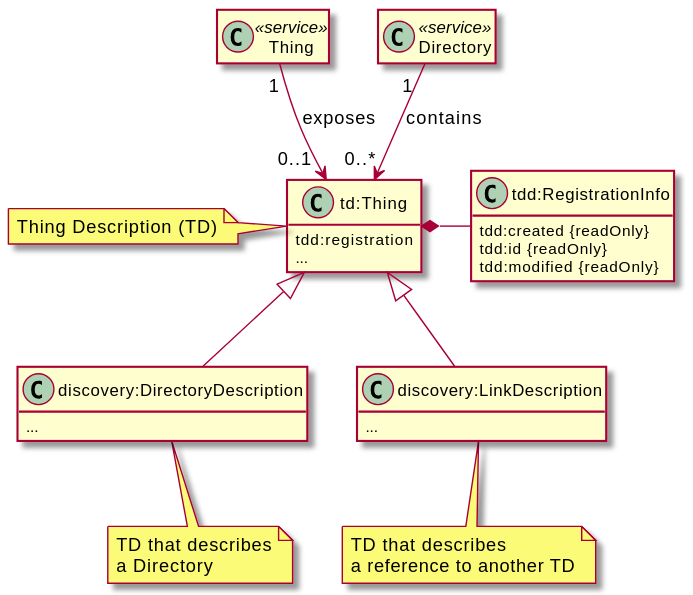
This is images/exploration-class-diagram.svg from w3c/wot-discovery, a PlantUML export, as it was before one commit.
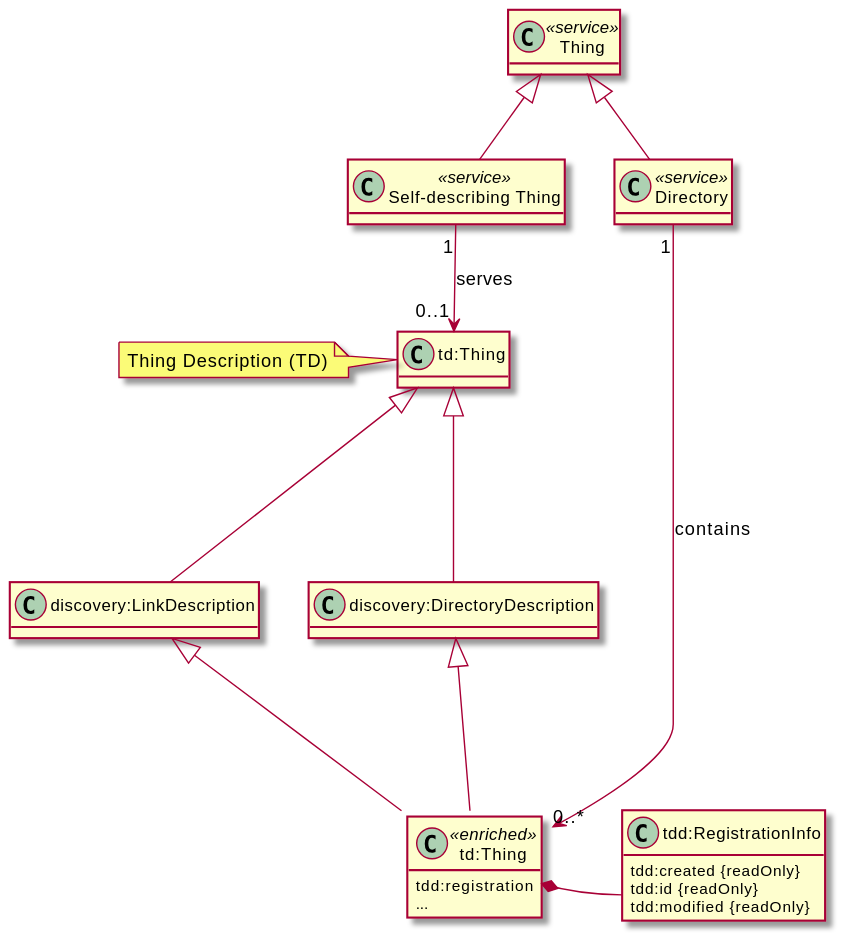
After the change.

Commit message:
separate TD and EnrichedTD in class diagram

The edit, as a diff of the source:
```diff
@@ -1,40 +1,37 @@
 @startuml exploration-class-diagram
-class TD as "td:Thing"
-class DD as "discovery:DirectoryDescription"
-class LD as "discovery:LinkDescription"
-class RI as "tdd:RegistrationInfo"
+hide methods
 
-Thing "1" --> "0..1 " TD: exposes
-Directory "1 " --> "0..*" TD: contains
-TD *-right- RI
-TD <|-- DD
-TD <|-- LD
+class Thing <<service>>
+class SelfDesc as "Self-describing Thing" <<service>>
+class Directory <<service>>
+together {
+    class TD as "td:Thing"
+    note left: Thing Description (TD)
 
-class Thing << service >>
-class Directory << service >>
-class TD {
-    tdd:registration
-    ...
+    class DD as "discovery:DirectoryDescription"
+
+    class LD as "discovery:LinkDescription"
+
+    class EnrichedTD as "td:Thing" <<enriched>> {
+        tdd:registration
+        ...
+    }
 }
-note left: Thing Description (TD)
-class RI {
+class RI as "tdd:RegistrationInfo" {
     tdd:created {readOnly}
     tdd:id {readOnly}
     tdd:modified {readOnly}
 }
-together {
-    class DD {
-        ...
-    }
-    note bottom: TD that describes\na Directory
 
-    class LD {
-        ...
-    }
-    note bottom: TD that describes\na reference to another TD
-}
+Thing <|-- SelfDesc
+Thing <|-- Directory
+SelfDesc "1" --> "0..1" TD: serves
+TD <|-- DD
+TD <|-- LD
+EnrichedTD -up-|> DD
+EnrichedTD -up-|> LD
+Directory "1" --> "0..*" EnrichedTD: contains
+EnrichedTD::registration *-right- RI
 
-hide Directory members
-hide Thing members
-hide methods
+
 @enduml
```
